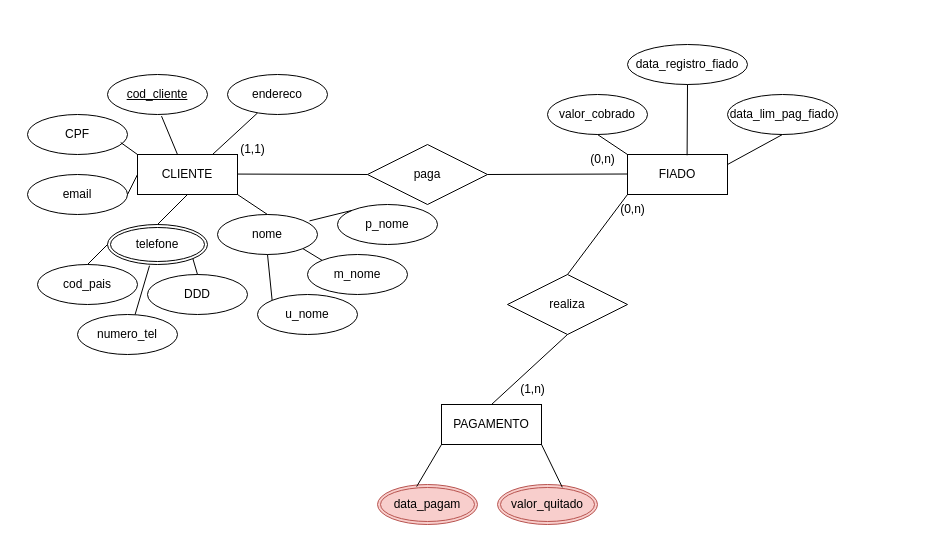
The draw.io diagram Modelo Conceitual/Projeto.drawio in JulioLage-Alx/BancodeDados-Fiado, before the edit. Source tidied: cells renumbered, new cells numbered last; positions are measured from the earlier drawing's top-left corner, leaving out a move shared by most shapes. Both pictures are drawn from the tidied source at 100%, with x=0, y=0 at pixel (27, 44).
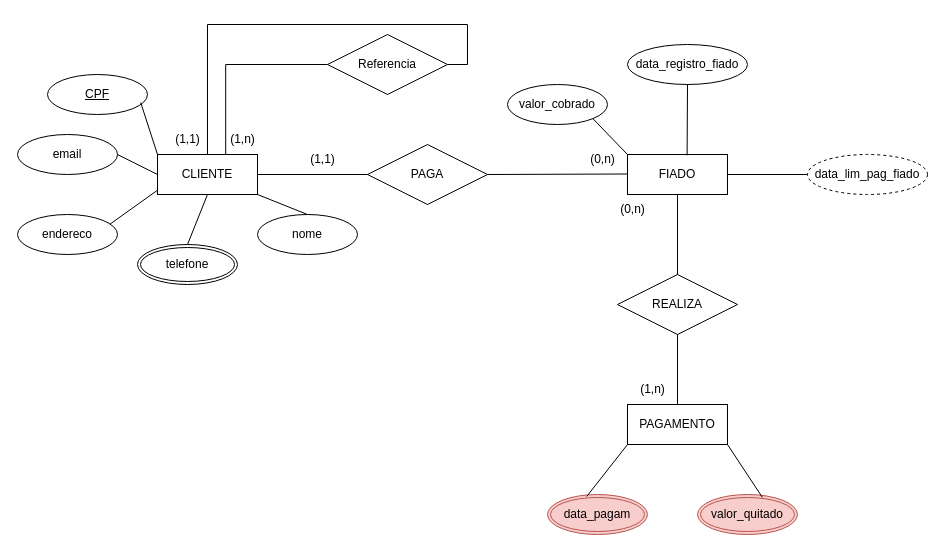
The same page after the edit.

The change refers to these unchanged cells:
```xml
<mxCell id="12" value="FIADO" style="whiteSpace=wrap;html=1;align=center;" parent="1" vertex="1">
  <mxGeometry x="600" y="110" width="100" height="40" as="geometry" />
</mxCell>
```

What changed in the source:
```diff
@@
-    <mxCell id="2" value="paga" style="shape=rhombus;perimeter=rhombusPerimeter;whiteSpace=wrap;html=1;align=center;" parent="1" vertex="1">
+    <mxCell id="2" value="PAGA" style="shape=rhombus;perimeter=rhombusPerimeter;whiteSpace=wrap;html=1;align=center;" parent="1" vertex="1">
       <mxGeometry x="340" y="100" width="120" height="60" as="geometry" />
     </mxCell>
-    <mxCell id="3" value="realiza" style="shape=rhombus;perimeter=rhombusPerimeter;whiteSpace=wrap;html=1;align=center;" parent="1" vertex="1">
-      <mxGeometry x="480" y="230" width="120" height="60" as="geometry" />
+    <mxCell id="3" value="REALIZA" style="shape=rhombus;perimeter=rhombusPerimeter;whiteSpace=wrap;html=1;align=center;" parent="1" vertex="1">
+      <mxGeometry x="590" y="230" width="120" height="60" as="geometry" />
     </mxCell>
-    <mxCell id="4" style="endArrow=none;html=1;rounded=0;entryX=0;entryY=0.5;entryDx=0;entryDy=0;" parent="1" edge="1" target="2">
-      <mxGeometry relative="1" as="geometry">
-        <mxPoint x="190" y="129.5" as="sourcePoint" />
-      </mxGeometry>
+    <mxCell id="4" style="endArrow=none;html=1;rounded=0;entryX=0;entryY=0.5;entryDx=0;entryDy=0;" parent="1" edge="1" source="11" target="2">
+      <mxGeometry relative="1" as="geometry" />
     </mxCell>
@@
-    <mxCell id="7" style="endArrow=none;html=1;rounded=0;entryX=0;entryY=1;entryDx=0;entryDy=0;entryPerimeter=0;" parent="1" edge="1" target="12">
+    <mxCell id="7" style="endArrow=none;html=1;rounded=0;entryX=0.5;entryY=1;entryDx=0;entryDy=0;" parent="1" edge="1" target="12">
       <mxGeometry relative="1" as="geometry">
-        <mxPoint x="540" y="230" as="sourcePoint" />
+        <mxPoint x="650" y="230" as="sourcePoint" />
+        <Array as="points">
+          <mxPoint x="650" y="230" />
+        </Array>
       </mxGeometry>
     </mxCell>
     <mxCell id="8" value="valor_quitado" style="ellipse;shape=doubleEllipse;margin=3;whiteSpace=wrap;html=1;align=center;fillColor=#f8cecc;strokeColor=#b85450;" parent="1" vertex="1">
-      <mxGeometry x="470" y="440" width="100" height="40" as="geometry" />
+      <mxGeometry x="670" y="450" width="100" height="40" as="geometry" />
     </mxCell>
     <mxCell id="9" value="data_pagam" style="ellipse;shape=doubleEllipse;margin=3;whiteSpace=wrap;html=1;align=center;fillColor=#f8cecc;strokeColor=#b85450;" parent="1" vertex="1">
-      <mxGeometry x="350" y="440" width="100" height="40" as="geometry" />
+      <mxGeometry x="520" y="450" width="100" height="40" as="geometry" />
     </mxCell>
     <mxCell id="10" value="valor_cobrado" style="ellipse;whiteSpace=wrap;html=1;align=center;" parent="1" vertex="1">
-      <mxGeometry x="520" y="50" width="100" height="40" as="geometry" />
+      <mxGeometry x="480" y="40" width="100" height="40" as="geometry" />
     </mxCell>
-    <mxCell id="11" value="CLIENTE" style="whiteSpace=wrap;html=1;align=center;" parent="1" vertex="1">
-      <mxGeometry x="110" y="110" width="100" height="40" as="geometry" />
-    </mxCell>
@@
     <mxCell id="13" value="PAGAMENTO" style="whiteSpace=wrap;html=1;align=center;" parent="1" vertex="1">
-      <mxGeometry x="414" y="360" width="100" height="40" as="geometry" />
+      <mxGeometry x="600" y="360" width="100" height="40" as="geometry" />
     </mxCell>
@@
-    <mxCell id="17" value="data_lim_pag_fiado" style="ellipse;whiteSpace=wrap;html=1;align=center;" parent="1" vertex="1">
-      <mxGeometry x="700" y="50" width="110" height="40" as="geometry" />
+    <mxCell id="17" value="data_lim_pag_fiado" style="ellipse;whiteSpace=wrap;html=1;align=center;dashed=1;" parent="1" vertex="1">
+      <mxGeometry x="780" y="110" width="120" height="40" as="geometry" />
     </mxCell>
-    <mxCell id="18" style="endArrow=none;html=1;rounded=0;entryX=0.5;entryY=1;entryDx=0;entryDy=0;exitX=0;exitY=0;exitDx=0;exitDy=0;" parent="1" edge="1" source="12" target="10">
+    <mxCell id="18" style="endArrow=none;html=1;rounded=0;exitX=0;exitY=0;exitDx=0;exitDy=0;entryX=1;entryY=1;entryDx=0;entryDy=0;" parent="1" edge="1" source="12" target="10">
       <mxGeometry relative="1" as="geometry" />
     </mxCell>
@@
-    <mxCell id="20" style="endArrow=none;html=1;rounded=0;exitX=0.5;exitY=1;exitDx=0;exitDy=0;entryX=1;entryY=0.25;entryDx=0;entryDy=0;" parent="1" edge="1" source="17" target="12">
+    <mxCell id="20" style="endArrow=none;html=1;rounded=0;exitX=0;exitY=0.5;exitDx=0;exitDy=0;entryX=1;entryY=0.5;entryDx=0;entryDy=0;" parent="1" edge="1" source="17" target="12">
       <mxGeometry relative="1" as="geometry" />
     </mxCell>
     <mxCell id="21" value="(1,n)" style="text;html=1;align=center;verticalAlign=middle;strokeColor=none;fillColor=none;" parent="1" vertex="1">
-      <mxGeometry x="480" y="330" width="50" height="30" as="geometry" />
+      <mxGeometry x="600" y="330" width="50" height="30" as="geometry" />
     </mxCell>
     <mxCell id="22" value="(1,1)" style="text;html=1;align=center;verticalAlign=middle;strokeColor=none;fillColor=none;" parent="1" vertex="1">
-      <mxGeometry x="200" y="90" width="50" height="30" as="geometry" />
+      <mxGeometry x="270" y="100" width="50" height="30" as="geometry" />
     </mxCell>
@@
-    <mxCell id="25" value="CPF" style="ellipse;whiteSpace=wrap;html=1;align=center;" parent="1" vertex="1">
-      <mxGeometry y="70" width="100" height="40" as="geometry" />
+    <mxCell id="25" value="&lt;u&gt;CPF&lt;/u&gt;" style="ellipse;whiteSpace=wrap;html=1;align=center;" parent="1" vertex="1">
+      <mxGeometry x="20" y="30" width="100" height="40" as="geometry" />
     </mxCell>
     <mxCell id="26" value="email" style="ellipse;whiteSpace=wrap;html=1;align=center;" parent="1" vertex="1">
-      <mxGeometry y="130" width="100" height="40" as="geometry" />
+      <mxGeometry x="-10" y="90" width="100" height="40" as="geometry" />
     </mxCell>
-    <mxCell id="27" value="u_nome" style="ellipse;whiteSpace=wrap;html=1;align=center;" parent="1" vertex="1">
-      <mxGeometry x="230" y="250" width="100" height="40" as="geometry" />
-    </mxCell>
     <mxCell id="28" value="telefone" style="ellipse;shape=doubleEllipse;margin=3;whiteSpace=wrap;html=1;align=center;" parent="1" vertex="1">
-      <mxGeometry x="80" y="180" width="100" height="40" as="geometry" />
+      <mxGeometry x="110" y="200" width="100" height="40" as="geometry" />
     </mxCell>
-    <mxCell id="29" value="m_nome" style="ellipse;whiteSpace=wrap;html=1;align=center;" parent="1" vertex="1">
-      <mxGeometry x="280" y="210" width="100" height="40" as="geometry" />
-    </mxCell>
-    <mxCell id="30" value="p_nome" style="ellipse;whiteSpace=wrap;html=1;align=center;" parent="1" vertex="1">
-      <mxGeometry x="310" y="160" width="100" height="40" as="geometry" />
-    </mxCell>
     <mxCell id="31" value="nome" style="ellipse;whiteSpace=wrap;html=1;align=center;" parent="1" vertex="1">
-      <mxGeometry x="190" y="170" width="100" height="40" as="geometry" />
+      <mxGeometry x="230" y="170" width="100" height="40" as="geometry" />
     </mxCell>
-    <mxCell id="32" value="numero_tel" style="ellipse;whiteSpace=wrap;html=1;align=center;" parent="1" vertex="1">
-      <mxGeometry x="50" y="270" width="100" height="40" as="geometry" />
-    </mxCell>
-    <mxCell id="33" value="DDD" style="ellipse;whiteSpace=wrap;html=1;align=center;" parent="1" vertex="1">
-      <mxGeometry x="120" y="230" width="100" height="40" as="geometry" />
-    </mxCell>
-    <mxCell id="34" value="cod_pais" style="ellipse;whiteSpace=wrap;html=1;align=center;" parent="1" vertex="1">
-      <mxGeometry x="10" y="220" width="100" height="40" as="geometry" />
-    </mxCell>
-    <mxCell id="35" style="endArrow=none;html=1;rounded=0;exitX=0.75;exitY=0;exitDx=0;exitDy=0;" parent="1" edge="1" source="11">
-      <mxGeometry relative="1" as="geometry">
-        <mxPoint x="230.1" y="68.4" as="targetPoint" />
-      </mxGeometry>
+    <mxCell id="35" style="endArrow=none;html=1;rounded=0;exitX=0.5;exitY=0;exitDx=0;exitDy=0;entryX=0.5;entryY=1;entryDx=0;entryDy=0;" parent="1" edge="1" source="11" target="48">
+      <mxGeometry relative="1" as="geometry" />
     </mxCell>
-    <mxCell id="36" style="endArrow=none;html=1;rounded=0;exitX=0.4;exitY=0;exitDx=0;exitDy=0;exitPerimeter=0;entryX=0.64;entryY=1.04;entryDx=0;entryDy=0;entryPerimeter=0;" parent="1" edge="1" source="11">
-      <mxGeometry relative="1" as="geometry">
-        <mxPoint x="134" y="71.6" as="targetPoint" />
-      </mxGeometry>
-    </mxCell>
@@
-    <mxCell id="41" style="endArrow=none;html=1;rounded=0;exitX=0.92;exitY=0.16;exitDx=0;exitDy=0;exitPerimeter=0;entryX=0;entryY=0;entryDx=0;entryDy=0;" parent="1" edge="1" source="31" target="30">
-      <mxGeometry relative="1" as="geometry" />
-    </mxCell>
-    <mxCell id="42" style="endArrow=none;html=1;rounded=0;exitX=1;exitY=1;exitDx=0;exitDy=0;entryX=0;entryY=0;entryDx=0;entryDy=0;" parent="1" edge="1" source="31" target="29">
-      <mxGeometry relative="1" as="geometry" />
-    </mxCell>
-    <mxCell id="43" style="endArrow=none;html=1;rounded=0;exitX=0.5;exitY=1;exitDx=0;exitDy=0;entryX=0;entryY=0;entryDx=0;entryDy=0;" parent="1" edge="1" source="31" target="27">
-      <mxGeometry relative="1" as="geometry" />
-    </mxCell>
-    <mxCell id="44" style="endArrow=none;html=1;rounded=0;exitX=0;exitY=0.5;exitDx=0;exitDy=0;entryX=0.5;entryY=0;entryDx=0;entryDy=0;" parent="1" edge="1" source="28" target="34">
-      <mxGeometry relative="1" as="geometry" />
-    </mxCell>
-    <mxCell id="45" style="endArrow=none;html=1;rounded=0;exitX=1;exitY=1;exitDx=0;exitDy=0;entryX=0.5;entryY=0;entryDx=0;entryDy=0;" parent="1" edge="1" source="28" target="33">
-      <mxGeometry relative="1" as="geometry" />
-    </mxCell>
-    <mxCell id="46" style="endArrow=none;html=1;rounded=0;exitX=0.42;exitY=1.03;exitDx=0;exitDy=0;entryX=0.576;entryY=0;entryDx=0;entryDy=0;exitPerimeter=0;entryPerimeter=0;" parent="1" edge="1" source="28" target="32">
-      <mxGeometry relative="1" as="geometry" />
-    </mxCell>
-    <mxCell id="47" value="cod_cliente" style="ellipse;whiteSpace=wrap;html=1;align=center;fontStyle=4;" parent="1" vertex="1">
-      <mxGeometry x="80" y="30" width="100" height="40" as="geometry" />
-    </mxCell>
     <mxCell id="48" value="endereco" style="ellipse;whiteSpace=wrap;html=1;align=center;" parent="1" vertex="1">
-      <mxGeometry x="200" y="30" width="100" height="40" as="geometry" />
+      <mxGeometry x="-10" y="170" width="100" height="40" as="geometry" />
     </mxCell>
+    <mxCell id="49" style="endArrow=none;html=1;rounded=0;entryX=0;entryY=0.5;entryDx=0;entryDy=0;" parent="1" edge="1" target="11">
+      <mxGeometry relative="1" as="geometry">
+        <mxPoint x="190" y="129.5" as="sourcePoint" />
+      </mxGeometry>
+    </mxCell>
+    <mxCell id="11" value="CLIENTE" style="whiteSpace=wrap;html=1;align=center;" parent="1" vertex="1">
+      <mxGeometry x="130" y="110" width="100" height="40" as="geometry" />
+    </mxCell>
+    <mxCell id="50" style="edgeStyle=orthogonalEdgeStyle;rounded=0;jettySize=auto;html=1;entryX=0.682;entryY=0;entryDx=0;entryDy=0;endArrow=baseDash;endFill=0;entryPerimeter=0;" parent="1" edge="1" source="52" target="11">
+      <mxGeometry relative="1" as="geometry" />
+    </mxCell>
+    <mxCell id="51" style="edgeStyle=orthogonalEdgeStyle;rounded=0;jettySize=auto;html=1;exitX=1;exitY=0.5;exitDx=0;exitDy=0;endArrow=baseDash;endFill=0;" parent="1" edge="1" source="52" target="11">
+      <mxGeometry relative="1" as="geometry">
+        <Array as="points">
+          <mxPoint x="440" y="20" />
+          <mxPoint x="440" y="-20" />
+          <mxPoint x="180" y="-20" />
+        </Array>
+      </mxGeometry>
+    </mxCell>
+    <mxCell id="52" value="Referencia" style="shape=rhombus;perimeter=rhombusPerimeter;whiteSpace=wrap;html=1;align=center;" parent="1" vertex="1">
+      <mxGeometry x="300" y="-10" width="120" height="60" as="geometry" />
+    </mxCell>
+    <mxCell id="53" value="(1,n)" style="text;html=1;align=center;verticalAlign=middle;strokeColor=none;fillColor=none;" parent="1" vertex="1">
+      <mxGeometry x="190" y="80" width="50" height="30" as="geometry" />
+    </mxCell>
+    <mxCell id="54" value="(1,1)" style="text;html=1;align=center;verticalAlign=middle;strokeColor=none;fillColor=none;" parent="1" vertex="1">
+      <mxGeometry x="135" y="80" width="50" height="30" as="geometry" />
+    </mxCell>
```
